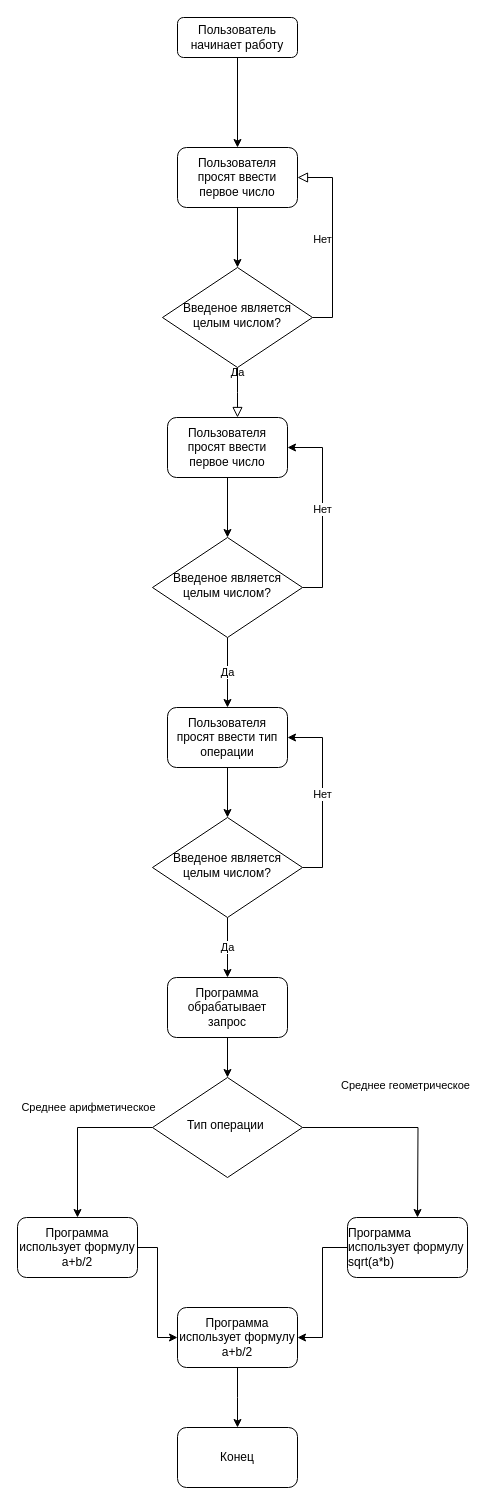
Above: блок-схема.drawio in 983937/labs-informatics (draw.io), before the change. Source tidied: cells renumbered, new cells numbered last; positions are measured from the earlier drawing's top-left corner, leaving out a move shared by most shapes. Both pictures are drawn from the tidied source at 100%, with x=0, y=0 at pixel (17, 17).
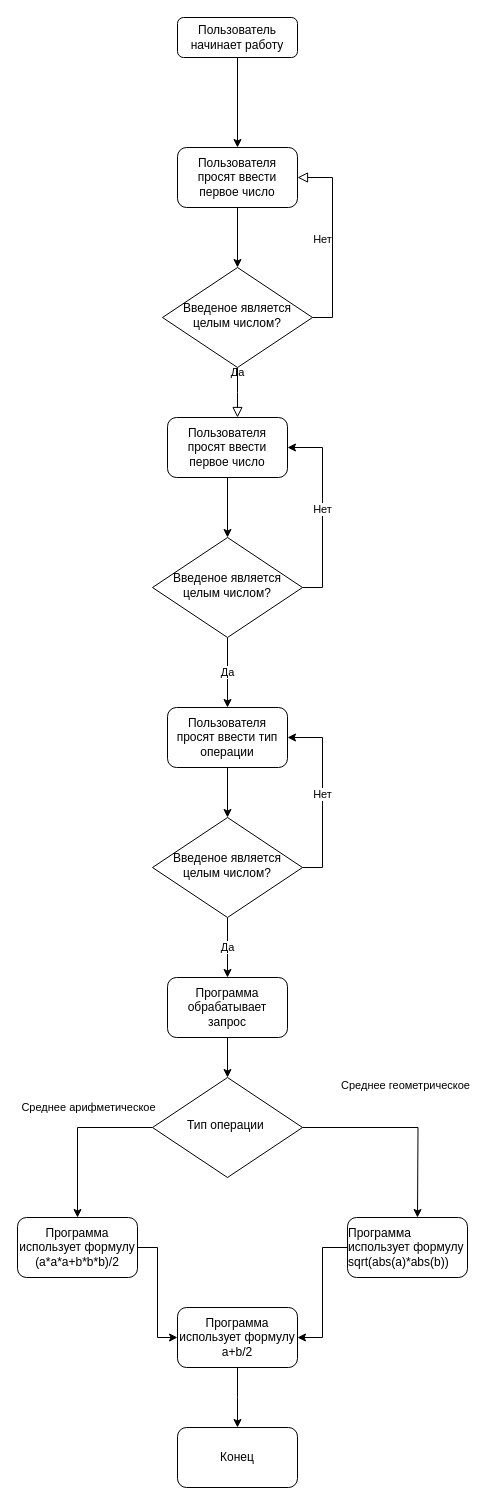
The same diagram, later.

Change to the diagram source:
```diff
@@
-    <mxCell id="26" value="Программа использует формулу a+b/2" style="rounded=1;whiteSpace=wrap;html=1;" parent="1" vertex="1">
+    <mxCell id="26" value="Программа использует формулу (a*a*a+b*b*b)/2" style="rounded=1;whiteSpace=wrap;html=1;" parent="1" vertex="1">
       <mxGeometry y="1200" width="120" height="60" as="geometry" />
     </mxCell>
@@
-    <mxCell id="30" value="&lt;div style=&quot;text-align: left&quot;&gt;&lt;span&gt;Программа использует формулу sqrt(a*b)&lt;/span&gt;&lt;/div&gt;" style="rounded=1;whiteSpace=wrap;html=1;" parent="1" vertex="1">
+    <mxCell id="30" value="&lt;div style=&quot;text-align: left&quot;&gt;&lt;span&gt;Программа использует формулу sqrt(abs(a)*abs(b))&lt;/span&gt;&lt;/div&gt;" style="rounded=1;whiteSpace=wrap;html=1;" parent="1" vertex="1">
       <mxGeometry x="330" y="1200" width="120" height="60" as="geometry" />
     </mxCell>
```
